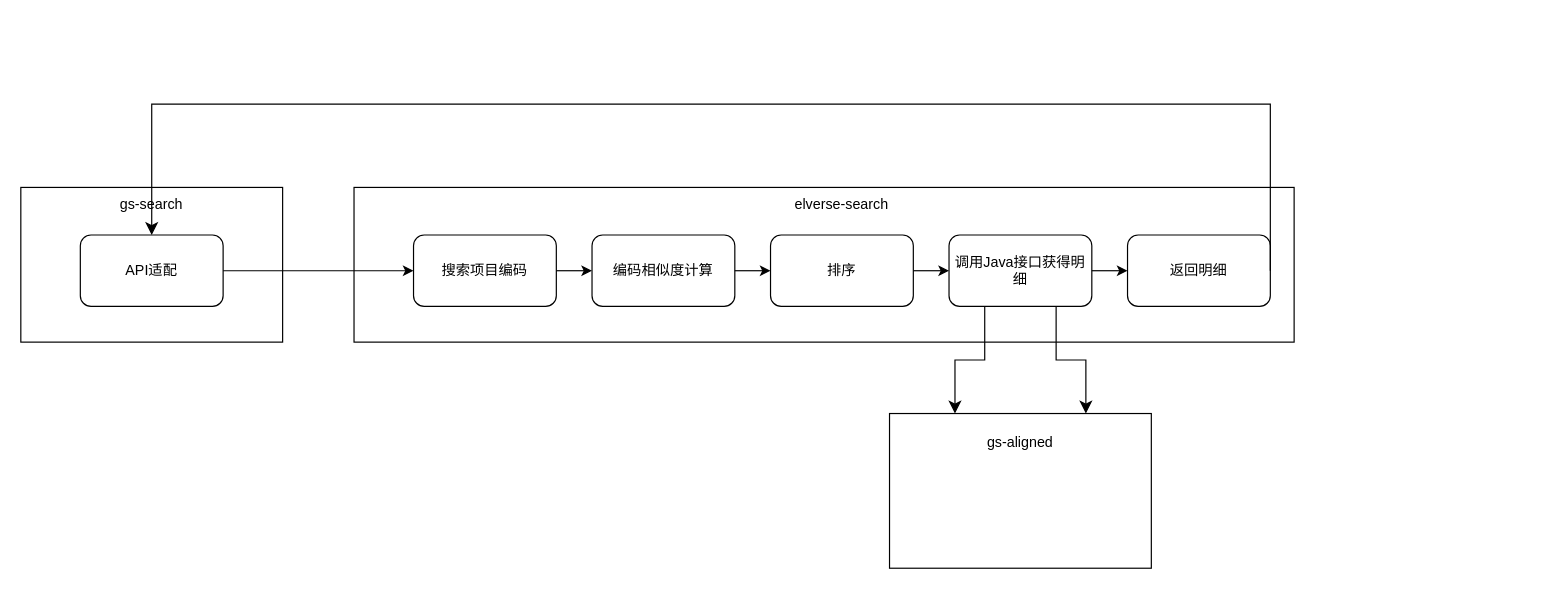
The draw.io diagram 对码/国寿三目录架构图.drawio in XiaoLiuAI/diagrams, before the edit. Source tidied: cells renumbered, new cells numbered last; positions are measured from the earlier drawing's top-left corner, leaving out a move shared by most shapes. Both pictures are drawn from the tidied source at 119%, with x=0, y=0 at pixel (20, 80).
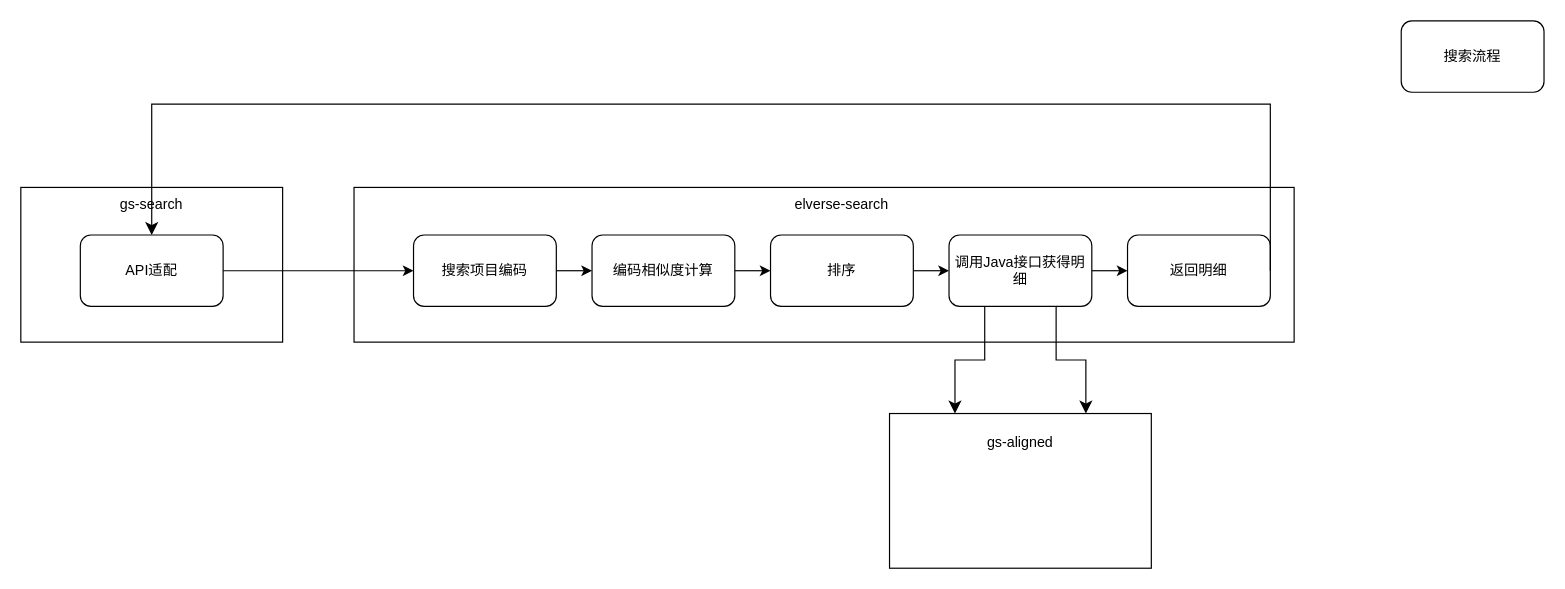
Above is the later version.

Commit message (it also covers changes not shown here):
更新国寿三目录架构图.drawio

What changed in the source:
```diff
@@
+    <mxCell id="22" value="搜索流程" style="rounded=1;whiteSpace=wrap;html=1;" parent="1" vertex="1">
+      <mxGeometry x="1160" y="-50" width="120" height="60" as="geometry" />
+    </mxCell>
```
